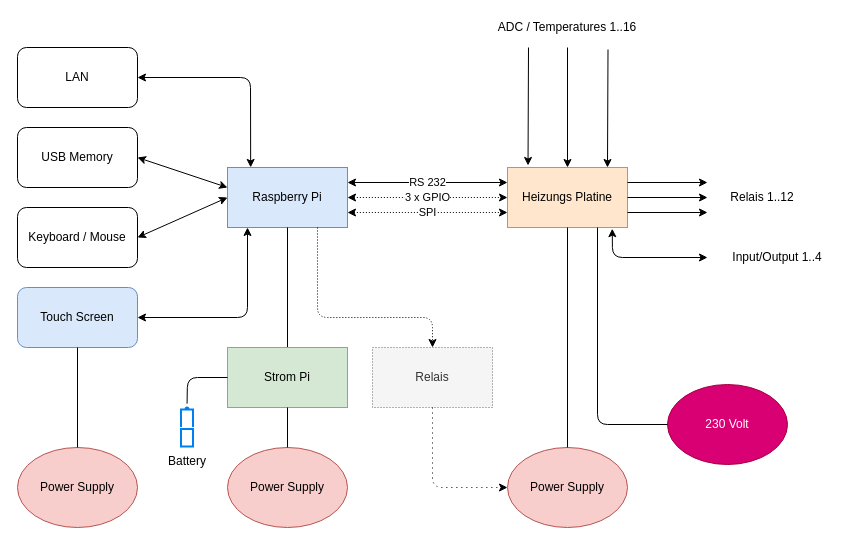
mneuroth/heizungsregelung-public keeps this draw.io diagram as documentation/BlockDiagramm.drawio. Above is the earlier version. Source tidied: cells renumbered, new cells numbered last; positions are measured from the earlier drawing's top-left corner, leaving out a move shared by most shapes. Both pictures are drawn from the tidied source at 100%, with x=0, y=0 at pixel (17, 17).
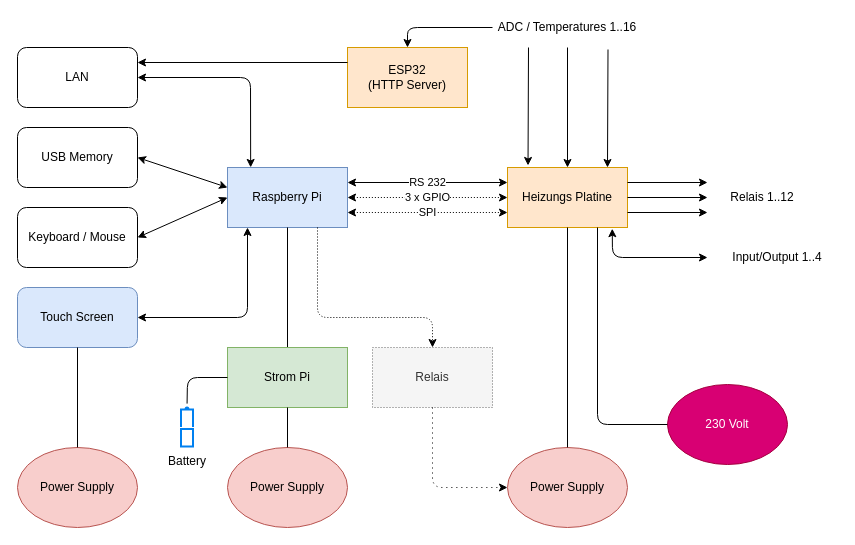
The same diagram, later.

The change refers to these unchanged cells:
```xml
<mxCell id="6" value="LAN" style="rounded=1;whiteSpace=wrap;html=1;" parent="1" vertex="1">
  <mxGeometry y="30" width="120" height="60" as="geometry" />
</mxCell>
<mxCell id="26" value="ADC / Temperatures 1..16" style="text;html=1;strokeColor=none;fillColor=none;align=center;verticalAlign=middle;whiteSpace=wrap;rounded=0;" parent="1" vertex="1">
  <mxGeometry x="475" width="150" height="20" as="geometry" />
</mxCell>
```

Diff of the diagram source:
```diff
@@
+    <mxCell id="42" value="ESP32&lt;br&gt;(HTTP Server)" style="rounded=0;whiteSpace=wrap;html=1;fillColor=#ffe6cc;strokeColor=#d79b00;" parent="1" vertex="1">
+      <mxGeometry x="330" y="30" width="120" height="60" as="geometry" />
+    </mxCell>
+    <mxCell id="43" style="endArrow=classic;html=1;entryX=0.5;entryY=0;entryDx=0;entryDy=0;exitX=0;exitY=0.5;exitDx=0;exitDy=0;" parent="1" edge="1" source="26" target="42">
+      <mxGeometry relative="1" as="geometry">
+        <Array as="points">
+          <mxPoint x="390" y="10" />
+        </Array>
+      </mxGeometry>
+    </mxCell>
+    <mxCell id="44" style="endArrow=classic;html=1;entryX=1;entryY=0.25;entryDx=0;entryDy=0;exitX=0;exitY=0.25;exitDx=0;exitDy=0;" parent="1" edge="1" source="42" target="6">
+      <mxGeometry relative="1" as="geometry" />
+    </mxCell>
```
